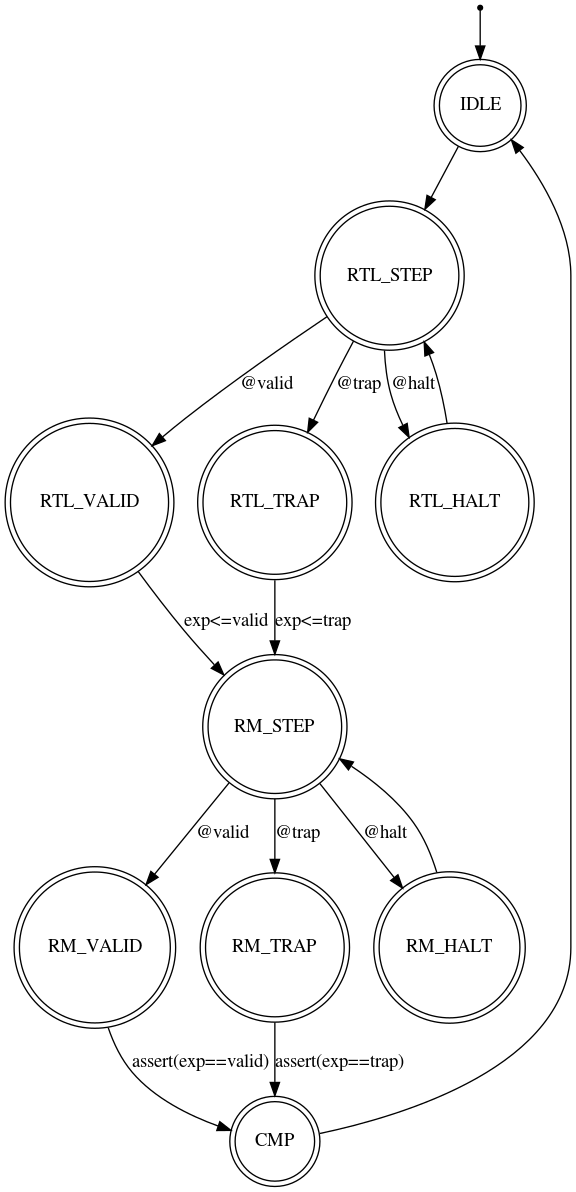
The Graphviz diagram docs/rvvi.png in riscv-verification/RVVI, before a commit. Its source is kept beside it as docs/rvvi.dot. The source it was exported from:
```dot
digraph finite_state_machine {
    node [shape = point]; INIT;

    node [shape = doublecircle];

    INIT      -> IDLE;
    IDLE      -> RTL_STEP;

    RTL_STEP  -> RTL_VALID [label = "@valid"];
    RTL_STEP  -> RTL_TRAP  [label = "@trap"];
    RTL_STEP  -> RTL_HALT  [label = "@halt"];

    RTL_VALID -> RM_STEP   [label = "exp<=valid"];
    RTL_TRAP  -> RM_STEP   [label = "exp<=trap"];
    RTL_HALT  -> RTL_STEP;

    RM_STEP   -> RM_VALID  [label = "@valid"];
    RM_STEP   -> RM_TRAP   [label = "@trap"];
    RM_STEP   -> RM_HALT   [label = "@halt"];

    RM_VALID  -> CMP       [label = "assert(exp==valid)"];
    RM_TRAP   -> CMP       [label = "assert(exp==trap)"];
    RM_HALT   -> RM_STEP;

    CMP -> IDLE;
}
```
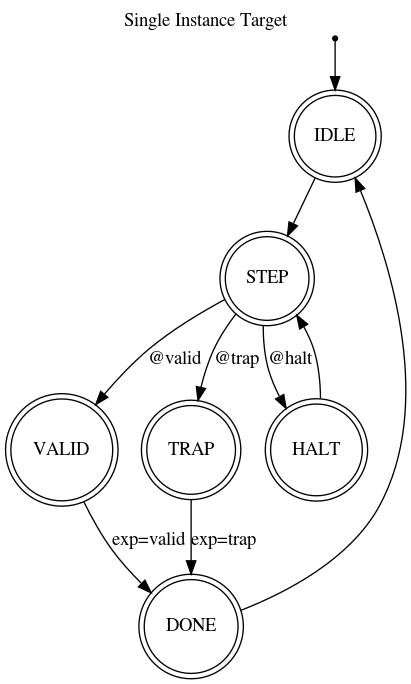
After the change.

What changed in the source:
```diff
@@ -1,26 +1,22 @@
 digraph finite_state_machine {
+
+    labelloc = "t";
+    label = "Single Instance Target";
+
     node [shape = point]; INIT;
 
     node [shape = doublecircle];
 
-    INIT      -> IDLE;
-    IDLE      -> RTL_STEP;
+    INIT  -> IDLE;
+    IDLE  -> STEP;
 
-    RTL_STEP  -> RTL_VALID [label = "@valid"];
-    RTL_STEP  -> RTL_TRAP  [label = "@trap"];
-    RTL_STEP  -> RTL_HALT  [label = "@halt"];
+    STEP  -> VALID [label = "@valid"];
+    STEP  -> TRAP  [label = "@trap"];
+    STEP  -> HALT  [label = "@halt"];
 
-    RTL_VALID -> RM_STEP   [label = "exp<=valid"];
-    RTL_TRAP  -> RM_STEP   [label = "exp<=trap"];
-    RTL_HALT  -> RTL_STEP;
+    VALID -> DONE   [label = "exp=valid"];
+    TRAP  -> DONE   [label = "exp=trap"];
+    HALT  -> STEP;
 
-    RM_STEP   -> RM_VALID  [label = "@valid"];
-    RM_STEP   -> RM_TRAP   [label = "@trap"];
-    RM_STEP   -> RM_HALT   [label = "@halt"];
-
-    RM_VALID  -> CMP       [label = "assert(exp==valid)"];
-    RM_TRAP   -> CMP       [label = "assert(exp==trap)"];
-    RM_HALT   -> RM_STEP;
-
-    CMP -> IDLE;
+    DONE -> IDLE;
 }
```
